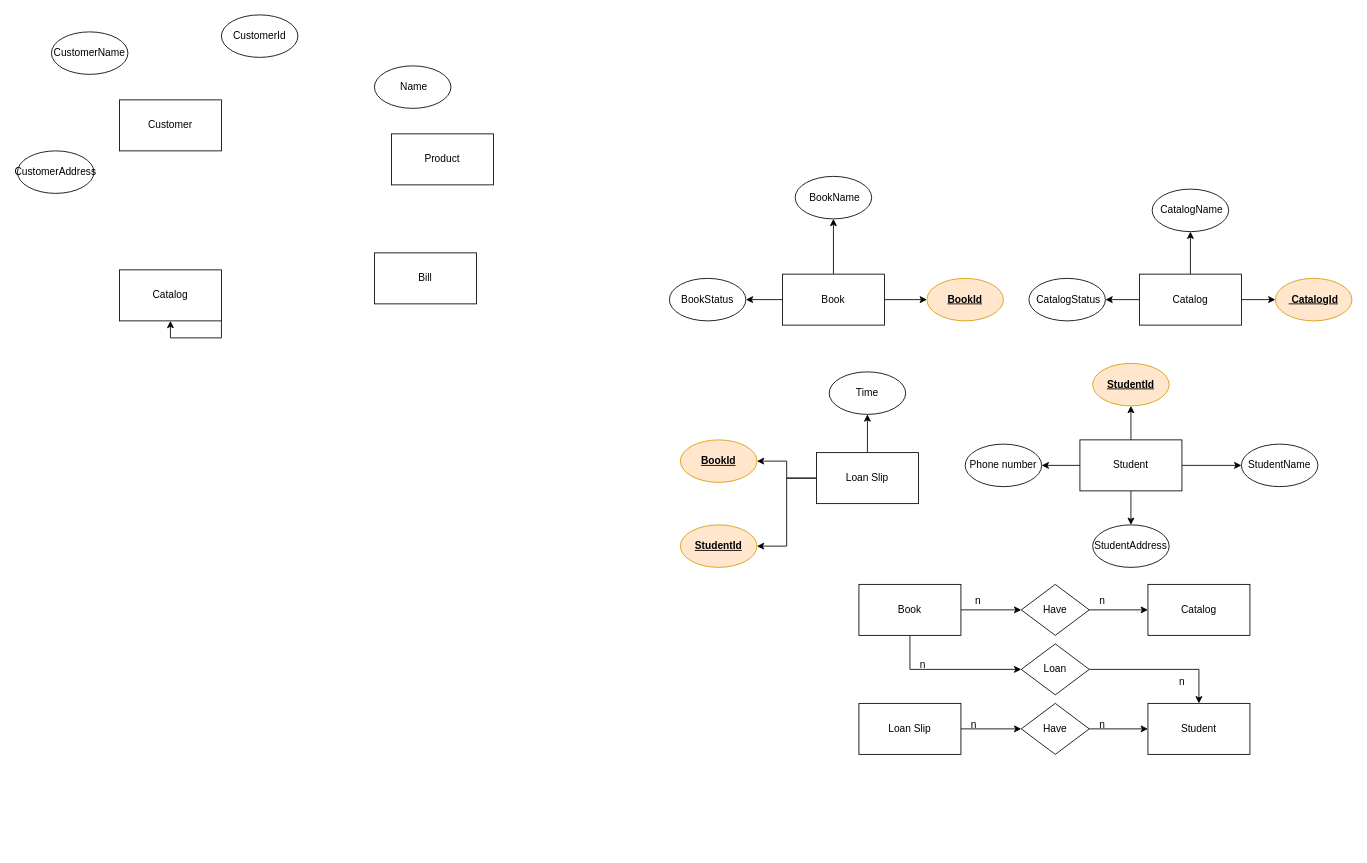
This is sql/baitap/a.drawio from anhvipx266/program-hust, a draw.io file, before an edit. Source tidied: cells renumbered, new cells numbered last; positions are measured from the earlier drawing's top-left corner, leaving out a move shared by most shapes. Both pictures are drawn from the tidied source at 85%, with x=0, y=0 at pixel (17, 14).
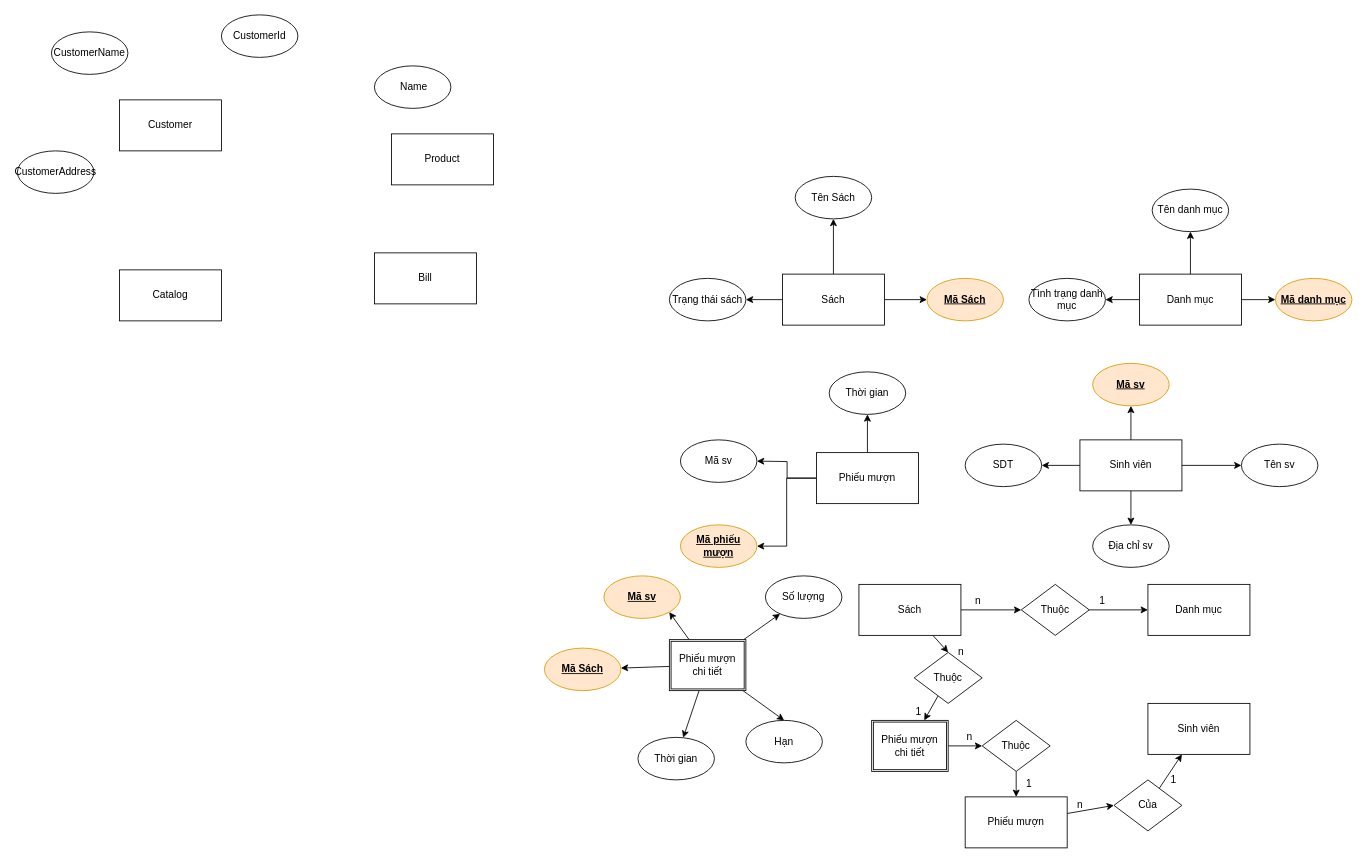
The same page after the edit.

Commit message:
Cập nhật a.drawio

The change refers to these unchanged cells:
```xml
<mxCell id="4" value="Catalog" style="rounded=0;whiteSpace=wrap;html=1;" parent="1" vertex="1">
  <mxGeometry x="120" y="300" width="120" height="60" as="geometry" />
</mxCell>
```

Change to the diagram source:
```diff
@@
-    <mxCell id="6" style="edgeStyle=orthogonalEdgeStyle;rounded=0;orthogonalLoop=1;jettySize=auto;html=1;exitX=1;exitY=1;exitDx=0;exitDy=0;" parent="1" edge="1" source="4" target="4">
-      <mxGeometry relative="1" as="geometry" />
-    </mxCell>
@@
-    <mxCell id="14" value="Book" style="rounded=0;whiteSpace=wrap;html=1;" parent="1" vertex="1">
+    <mxCell id="14" value="Sách" style="rounded=0;whiteSpace=wrap;html=1;" parent="1" vertex="1">
       <mxGeometry x="900" y="305" width="120" height="60" as="geometry" />
     </mxCell>
@@
-    <mxCell id="18" value="Catalog" style="rounded=0;whiteSpace=wrap;html=1;" parent="1" vertex="1">
+    <mxCell id="18" value="Danh mục" style="rounded=0;whiteSpace=wrap;html=1;" parent="1" vertex="1">
       <mxGeometry x="1320" y="305" width="120" height="60" as="geometry" />
     </mxCell>
@@
-    <mxCell id="23" value="Student" style="rounded=0;whiteSpace=wrap;html=1;" parent="1" vertex="1">
+    <mxCell id="23" value="Sinh viên" style="rounded=0;whiteSpace=wrap;html=1;" parent="1" vertex="1">
       <mxGeometry x="1250" y="500" width="120" height="60" as="geometry" />
     </mxCell>
@@
-    <mxCell id="25" style="edgeStyle=orthogonalEdgeStyle;rounded=0;jettySize=auto;html=1;entryX=1;entryY=0.5;entryDx=0;entryDy=0;" parent="1" edge="1" source="27" target="34">
-      <mxGeometry relative="1" as="geometry" />
+    <mxCell id="25" style="edgeStyle=orthogonalEdgeStyle;rounded=0;jettySize=auto;html=1;entryX=1;entryY=0.5;entryDx=0;entryDy=0;" parent="1" edge="1" source="27">
+      <mxGeometry relative="1" as="geometry">
+        <mxPoint x="870" y="525" as="targetPoint" />
+      </mxGeometry>
     </mxCell>
@@
-    <mxCell id="27" value="Loan Slip" style="rounded=0;whiteSpace=wrap;html=1;" parent="1" vertex="1">
+    <mxCell id="27" value="Phiếu mượn" style="rounded=0;whiteSpace=wrap;html=1;" parent="1" vertex="1">
       <mxGeometry x="940" y="515" width="120" height="60" as="geometry" />
     </mxCell>
-    <mxCell id="28" value="&amp;nbsp;BookName" style="ellipse;whiteSpace=wrap;html=1;" parent="1" vertex="1">
+    <mxCell id="28" value="Tên Sách" style="ellipse;whiteSpace=wrap;html=1;" parent="1" vertex="1">
       <mxGeometry x="915" y="190" width="90" height="50" as="geometry" />
     </mxCell>
-    <mxCell id="29" value="&lt;u&gt;&lt;b&gt;BookId&lt;/b&gt;&lt;/u&gt;" style="ellipse;whiteSpace=wrap;html=1;fillColor=#ffe6cc;strokeColor=#d79b00;" parent="1" vertex="1">
+    <mxCell id="29" value="&lt;u&gt;&lt;b&gt;Mã Sách&lt;/b&gt;&lt;/u&gt;" style="ellipse;whiteSpace=wrap;html=1;fillColor=#ffe6cc;strokeColor=#d79b00;" parent="1" vertex="1">
       <mxGeometry x="1070" y="310" width="90" height="50" as="geometry" />
     </mxCell>
-    <mxCell id="30" value="BookStatus" style="ellipse;whiteSpace=wrap;html=1;" parent="1" vertex="1">
+    <mxCell id="30" value="Trạng thái sách" style="ellipse;whiteSpace=wrap;html=1;" parent="1" vertex="1">
       <mxGeometry x="767" y="310" width="90" height="50" as="geometry" />
     </mxCell>
-    <mxCell id="31" value="&amp;nbsp;CatalogName" style="ellipse;whiteSpace=wrap;html=1;" parent="1" vertex="1">
+    <mxCell id="31" value="Tên danh mục" style="ellipse;whiteSpace=wrap;html=1;" parent="1" vertex="1">
       <mxGeometry x="1335" y="205" width="90" height="50" as="geometry" />
     </mxCell>
-    <mxCell id="32" value="&amp;nbsp;CatalogStatus" style="ellipse;whiteSpace=wrap;html=1;" parent="1" vertex="1">
+    <mxCell id="32" value="Tình trạng danh mục" style="ellipse;whiteSpace=wrap;html=1;" parent="1" vertex="1">
       <mxGeometry x="1190" y="310" width="90" height="50" as="geometry" />
     </mxCell>
-    <mxCell id="33" value="&lt;b&gt;&lt;u&gt;&amp;nbsp;CatalogId&lt;/u&gt;&lt;/b&gt;" style="ellipse;whiteSpace=wrap;html=1;fillColor=#ffe6cc;strokeColor=#d79b00;" parent="1" vertex="1">
+    <mxCell id="33" value="&lt;b&gt;&lt;u&gt;Mã danh mục&lt;/u&gt;&lt;/b&gt;" style="ellipse;whiteSpace=wrap;html=1;fillColor=#ffe6cc;strokeColor=#d79b00;" parent="1" vertex="1">
       <mxGeometry x="1480" y="310" width="90" height="50" as="geometry" />
     </mxCell>
-    <mxCell id="34" value="&lt;u&gt;&lt;b&gt;BookId&lt;/b&gt;&lt;/u&gt;" style="ellipse;whiteSpace=wrap;html=1;fillColor=#ffe6cc;strokeColor=#d79b00;" parent="1" vertex="1">
-      <mxGeometry x="780" y="500" width="90" height="50" as="geometry" />
-    </mxCell>
-    <mxCell id="35" value="Time" style="ellipse;whiteSpace=wrap;html=1;" parent="1" vertex="1">
+    <mxCell id="35" value="Thời gian" style="ellipse;whiteSpace=wrap;html=1;" parent="1" vertex="1">
       <mxGeometry x="955" y="420" width="90" height="50" as="geometry" />
     </mxCell>
-    <mxCell id="36" value="&lt;u&gt;&lt;b&gt;StudentId&lt;/b&gt;&lt;/u&gt;" style="ellipse;whiteSpace=wrap;html=1;fillColor=#ffe6cc;strokeColor=#d79b00;" parent="1" vertex="1">
+    <mxCell id="36" value="&lt;u&gt;&lt;b&gt;Mã phiếu mượn&lt;/b&gt;&lt;/u&gt;" style="ellipse;whiteSpace=wrap;html=1;fillColor=#ffe6cc;strokeColor=#d79b00;" parent="1" vertex="1">
       <mxGeometry x="780" y="600" width="90" height="50" as="geometry" />
     </mxCell>
-    <mxCell id="37" value="&lt;u&gt;&lt;b&gt;StudentId&lt;/b&gt;&lt;/u&gt;" style="ellipse;whiteSpace=wrap;html=1;fillColor=#ffe6cc;strokeColor=#d79b00;" parent="1" vertex="1">
+    <mxCell id="37" value="&lt;u&gt;&lt;b&gt;Mã sv&lt;/b&gt;&lt;/u&gt;" style="ellipse;whiteSpace=wrap;html=1;fillColor=#ffe6cc;strokeColor=#d79b00;" parent="1" vertex="1">
       <mxGeometry x="1265" y="410" width="90" height="50" as="geometry" />
     </mxCell>
-    <mxCell id="38" value="StudentName" style="ellipse;whiteSpace=wrap;html=1;" parent="1" vertex="1">
+    <mxCell id="38" value="Tên sv" style="ellipse;whiteSpace=wrap;html=1;" parent="1" vertex="1">
       <mxGeometry x="1440" y="505" width="90" height="50" as="geometry" />
     </mxCell>
@@
-    <mxCell id="40" style="edgeStyle=orthogonalEdgeStyle;rounded=0;jettySize=auto;html=1;entryX=0;entryY=0.5;entryDx=0;entryDy=0;" parent="1" edge="1" source="41" target="57">
-      <mxGeometry relative="1" as="geometry">
-        <Array as="points">
-          <mxPoint x="1050" y="770" />
-        </Array>
-      </mxGeometry>
-    </mxCell>
+    <mxCell id="60" style="edgeStyle=none;rounded=0;jettySize=auto;html=1;entryX=0.5;entryY=0;entryDx=0;entryDy=0;" parent="1" edge="1" source="41" target="85">
+      <mxGeometry relative="1" as="geometry" />
+    </mxCell>
-    <mxCell id="41" value="Book" style="rounded=0;whiteSpace=wrap;html=1;" parent="1" vertex="1">
+    <mxCell id="41" value="Sách" style="rounded=0;whiteSpace=wrap;html=1;" parent="1" vertex="1">
       <mxGeometry x="990" y="670" width="120" height="60" as="geometry" />
     </mxCell>
-    <mxCell id="42" value="Catalog" style="rounded=0;whiteSpace=wrap;html=1;" parent="1" vertex="1">
+    <mxCell id="42" value="Danh mục" style="rounded=0;whiteSpace=wrap;html=1;" parent="1" vertex="1">
       <mxGeometry x="1330" y="670" width="120" height="60" as="geometry" />
     </mxCell>
-    <mxCell id="43" style="edgeStyle=orthogonalEdgeStyle;rounded=0;jettySize=auto;html=1;entryX=0;entryY=0.5;entryDx=0;entryDy=0;" parent="1" edge="1" source="44" target="51">
-      <mxGeometry relative="1" as="geometry" />
-    </mxCell>
+    <mxCell id="61" style="edgeStyle=none;rounded=0;jettySize=auto;html=1;entryX=0;entryY=0.5;entryDx=0;entryDy=0;" parent="1" edge="1" source="44" target="78">
+      <mxGeometry relative="1" as="geometry" />
+    </mxCell>
-    <mxCell id="44" value="Loan Slip" style="rounded=0;whiteSpace=wrap;html=1;" parent="1" vertex="1">
-      <mxGeometry x="990" y="810" width="120" height="60" as="geometry" />
+    <mxCell id="44" value="Phiếu mượn" style="rounded=0;whiteSpace=wrap;html=1;" parent="1" vertex="1">
+      <mxGeometry x="1115" y="920" width="120" height="60" as="geometry" />
     </mxCell>
-    <mxCell id="45" value="Student" style="rounded=0;whiteSpace=wrap;html=1;" parent="1" vertex="1">
+    <mxCell id="45" value="Sinh viên" style="rounded=0;whiteSpace=wrap;html=1;" parent="1" vertex="1">
       <mxGeometry x="1330" y="810" width="120" height="60" as="geometry" />
     </mxCell>
@@
-    <mxCell id="47" value="Have" style="rhombus;whiteSpace=wrap;html=1;" parent="1" vertex="1">
+    <mxCell id="47" value="Thuộc" style="rhombus;whiteSpace=wrap;html=1;" parent="1" vertex="1">
       <mxGeometry x="1181" y="670" width="80" height="60" as="geometry" />
     </mxCell>
@@
-    <mxCell id="49" value="n" style="text;html=1;align=center;verticalAlign=middle;strokeColor=none;fillColor=none;" parent="1" vertex="1">
+    <mxCell id="49" value="1" style="text;html=1;align=center;verticalAlign=middle;strokeColor=none;fillColor=none;" parent="1" vertex="1">
       <mxGeometry x="1261" y="675" width="30" height="30" as="geometry" />
     </mxCell>
-    <mxCell id="50" style="edgeStyle=orthogonalEdgeStyle;rounded=0;jettySize=auto;html=1;entryX=0;entryY=0.5;entryDx=0;entryDy=0;" parent="1" edge="1" source="51" target="45">
-      <mxGeometry relative="1" as="geometry" />
-    </mxCell>
-    <mxCell id="51" value="Have" style="rhombus;whiteSpace=wrap;html=1;" parent="1" vertex="1">
-      <mxGeometry x="1181" y="810" width="80" height="60" as="geometry" />
-    </mxCell>
-    <mxCell id="52" value="n" style="text;html=1;align=center;verticalAlign=middle;strokeColor=none;fillColor=none;" parent="1" vertex="1">
-      <mxGeometry x="1110" y="820" width="30" height="30" as="geometry" />
-    </mxCell>
-    <mxCell id="53" value="n" style="text;html=1;align=center;verticalAlign=middle;strokeColor=none;fillColor=none;" parent="1" vertex="1">
-      <mxGeometry x="1261" y="820" width="30" height="30" as="geometry" />
-    </mxCell>
-    <mxCell id="54" value="StudentAddress" style="ellipse;whiteSpace=wrap;html=1;" parent="1" vertex="1">
+    <mxCell id="54" value="Địa chỉ sv" style="ellipse;whiteSpace=wrap;html=1;" parent="1" vertex="1">
       <mxGeometry x="1265" y="600" width="90" height="50" as="geometry" />
     </mxCell>
-    <mxCell id="55" value="Phone number" style="ellipse;whiteSpace=wrap;html=1;" parent="1" vertex="1">
+    <mxCell id="55" value="SDT" style="ellipse;whiteSpace=wrap;html=1;" parent="1" vertex="1">
       <mxGeometry x="1115" y="505" width="90" height="50" as="geometry" />
     </mxCell>
-    <mxCell id="56" style="edgeStyle=orthogonalEdgeStyle;rounded=0;jettySize=auto;html=1;entryX=0.5;entryY=0;entryDx=0;entryDy=0;" parent="1" edge="1" source="57" target="45">
-      <mxGeometry relative="1" as="geometry" />
-    </mxCell>
-    <mxCell id="57" value="Loan" style="rhombus;whiteSpace=wrap;html=1;" parent="1" vertex="1">
-      <mxGeometry x="1181" y="740" width="80" height="60" as="geometry" />
-    </mxCell>
-    <mxCell id="58" value="n" style="text;html=1;align=center;verticalAlign=middle;strokeColor=none;fillColor=none;" parent="1" vertex="1">
-      <mxGeometry x="1050" y="750" width="30" height="30" as="geometry" />
-    </mxCell>
-    <mxCell id="59" value="n" style="text;html=1;align=center;verticalAlign=middle;strokeColor=none;fillColor=none;" parent="1" vertex="1">
-      <mxGeometry x="1355" y="770" width="30" height="30" as="geometry" />
-    </mxCell>
+    <mxCell id="62" style="rounded=0;jettySize=auto;html=1;entryX=1;entryY=1;entryDx=0;entryDy=0;" parent="1" edge="1" source="67" target="69">
+      <mxGeometry relative="1" as="geometry" />
+    </mxCell>
+    <mxCell id="63" style="edgeStyle=none;rounded=0;jettySize=auto;html=1;" parent="1" edge="1" source="67" target="70">
+      <mxGeometry relative="1" as="geometry" />
+    </mxCell>
+    <mxCell id="64" style="edgeStyle=none;rounded=0;jettySize=auto;html=1;" parent="1" edge="1" source="67" target="71">
+      <mxGeometry relative="1" as="geometry" />
+    </mxCell>
+    <mxCell id="65" style="edgeStyle=none;rounded=0;jettySize=auto;html=1;entryX=0.5;entryY=0;entryDx=0;entryDy=0;" parent="1" edge="1" source="67" target="72">
+      <mxGeometry relative="1" as="geometry" />
+    </mxCell>
+    <mxCell id="66" style="edgeStyle=none;rounded=0;jettySize=auto;html=1;" parent="1" edge="1" source="67" target="83">
+      <mxGeometry relative="1" as="geometry" />
+    </mxCell>
+    <mxCell id="67" value="Phiếu mượn chi tiết" style="shape=ext;double=1;rounded=0;whiteSpace=wrap;html=1;" parent="1" vertex="1">
+      <mxGeometry x="767" y="735" width="90" height="60" as="geometry" />
+    </mxCell>
+    <mxCell id="68" value="Mã sv" style="ellipse;whiteSpace=wrap;html=1;" parent="1" vertex="1">
+      <mxGeometry x="780" y="500" width="90" height="50" as="geometry" />
+    </mxCell>
+    <mxCell id="69" value="&lt;u&gt;&lt;b&gt;Mã sv&lt;/b&gt;&lt;/u&gt;" style="ellipse;whiteSpace=wrap;html=1;fillColor=#ffe6cc;strokeColor=#d79b00;" parent="1" vertex="1">
+      <mxGeometry x="690" y="660" width="90" height="50" as="geometry" />
+    </mxCell>
+    <mxCell id="70" value="&lt;u&gt;&lt;b&gt;Mã Sách&lt;/b&gt;&lt;/u&gt;" style="ellipse;whiteSpace=wrap;html=1;fillColor=#ffe6cc;strokeColor=#d79b00;" parent="1" vertex="1">
+      <mxGeometry x="620" y="745" width="90" height="50" as="geometry" />
+    </mxCell>
+    <mxCell id="71" value="Thời gian" style="ellipse;whiteSpace=wrap;html=1;" parent="1" vertex="1">
+      <mxGeometry x="730" y="850" width="90" height="50" as="geometry" />
+    </mxCell>
+    <mxCell id="72" value="Hạn" style="ellipse;whiteSpace=wrap;html=1;" parent="1" vertex="1">
+      <mxGeometry x="857" y="830" width="90" height="50" as="geometry" />
+    </mxCell>
+    <mxCell id="73" style="edgeStyle=none;rounded=0;jettySize=auto;html=1;" parent="1" edge="1" source="74" target="76">
+      <mxGeometry relative="1" as="geometry" />
+    </mxCell>
+    <mxCell id="74" value="Phiếu mượn chi tiết" style="shape=ext;double=1;rounded=0;whiteSpace=wrap;html=1;" parent="1" vertex="1">
+      <mxGeometry x="1005" y="830" width="90" height="60" as="geometry" />
+    </mxCell>
+    <mxCell id="75" style="edgeStyle=none;rounded=0;jettySize=auto;html=1;entryX=0.5;entryY=0;entryDx=0;entryDy=0;" parent="1" edge="1" source="76" target="44">
+      <mxGeometry relative="1" as="geometry" />
+    </mxCell>
+    <mxCell id="76" value="Thuộc" style="rhombus;whiteSpace=wrap;html=1;" parent="1" vertex="1">
+      <mxGeometry x="1135" y="830" width="80" height="60" as="geometry" />
+    </mxCell>
+    <mxCell id="77" style="edgeStyle=none;rounded=0;jettySize=auto;html=1;entryX=0.333;entryY=1;entryDx=0;entryDy=0;entryPerimeter=0;" parent="1" edge="1" source="78" target="45">
+      <mxGeometry relative="1" as="geometry" />
+    </mxCell>
+    <mxCell id="78" value="Của" style="rhombus;whiteSpace=wrap;html=1;" parent="1" vertex="1">
+      <mxGeometry x="1290" y="900" width="80" height="60" as="geometry" />
+    </mxCell>
+    <mxCell id="79" value="n" style="text;html=1;align=center;verticalAlign=middle;strokeColor=none;fillColor=none;" parent="1" vertex="1">
+      <mxGeometry x="1235" y="915" width="30" height="30" as="geometry" />
+    </mxCell>
+    <mxCell id="80" value="1" style="text;html=1;align=center;verticalAlign=middle;strokeColor=none;fillColor=none;" parent="1" vertex="1">
+      <mxGeometry x="1345" y="885" width="30" height="30" as="geometry" />
+    </mxCell>
+    <mxCell id="81" value="n" style="text;html=1;align=center;verticalAlign=middle;strokeColor=none;fillColor=none;" parent="1" vertex="1">
+      <mxGeometry x="1105" y="835" width="30" height="30" as="geometry" />
+    </mxCell>
+    <mxCell id="82" value="1" style="text;html=1;align=center;verticalAlign=middle;strokeColor=none;fillColor=none;" parent="1" vertex="1">
+      <mxGeometry x="1175" y="890" width="30" height="30" as="geometry" />
+    </mxCell>
+    <mxCell id="83" value="Số lượng" style="ellipse;whiteSpace=wrap;html=1;" parent="1" vertex="1">
+      <mxGeometry x="880" y="660" width="90" height="50" as="geometry" />
+    </mxCell>
+    <mxCell id="84" style="edgeStyle=none;rounded=0;jettySize=auto;html=1;" parent="1" edge="1" source="85" target="74">
+      <mxGeometry relative="1" as="geometry" />
+    </mxCell>
+    <mxCell id="85" value="Thuộc" style="rhombus;whiteSpace=wrap;html=1;" parent="1" vertex="1">
+      <mxGeometry x="1055" y="750" width="80" height="60" as="geometry" />
+    </mxCell>
+    <mxCell id="86" value="n" style="text;html=1;align=center;verticalAlign=middle;strokeColor=none;fillColor=none;" parent="1" vertex="1">
+      <mxGeometry x="1095" y="735" width="30" height="30" as="geometry" />
+    </mxCell>
+    <mxCell id="87" value="1" style="text;html=1;align=center;verticalAlign=middle;strokeColor=none;fillColor=none;" parent="1" vertex="1">
+      <mxGeometry x="1045" y="805" width="30" height="30" as="geometry" />
+    </mxCell>
```
